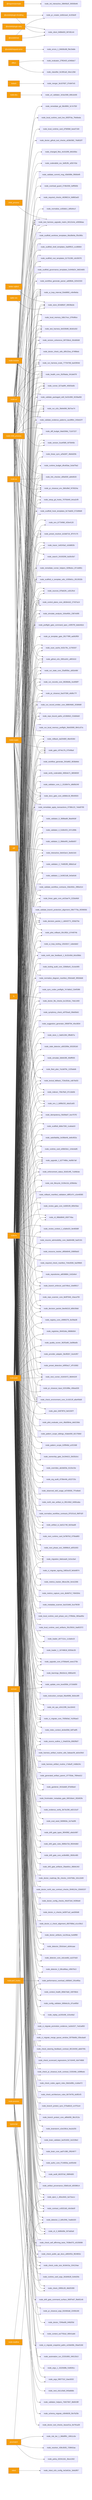
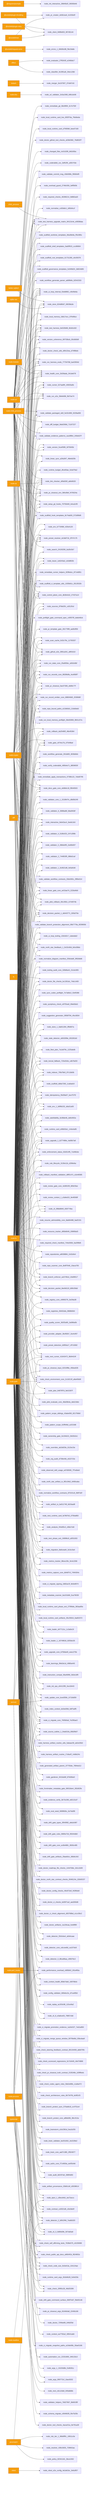
graph LR
  ext_inquirer_prompts_4d547149["@inquirer/prompts"] --> node_init_interactive_28845b2f_39350b46
  ext_octokit_plugin_retry_c9aecc53["@octokit/plugin-retry"] --> node_client_948fe603_907d5144
  ext_octokit_plugin_throttling_7909ece3["@octokit/plugin-throttling"] --> node_client_948fe603_907d5144
  ext_octokit_plugin_throttling_7909ece3["@octokit/plugin-throttling"] --> node_pr_creator_dc6b1ea4_4c333e0f
  ext_octokit_request_error_98ae13cc["@octokit/request-error"] --> node_errors_1_84b56c88_f9e19a8e
  ext_octokit_rest_c6e4d192["@octokit/rest"] --> node_client_948fe603_907d5144
  ext_octokit_rest_c6e4d192["@octokit/rest"] --> node_pr_creator_dc6b1ea4_4c333e0f
  ext_better_sqlite3_d7ed8f1a["better-sqlite3"] --> node_store_824d80d7_69038a3e
  ext_child_process_4845fa97["child_process"] --> node_test_harness_upgrade_matrix_84113c4e_e0838daa
  ext_diff_75a0ee1b["diff"] --> node_interactive_0eb42ac4_3ee6c3c6
  ext_effect_68d1dae1["effect"] --> node_classifier_fe1991a9_34ec128d
  ext_effect_68d1dae1["effect"] --> node_evaluator_27f6343f_e2466dc7
  ext_fs_3f4bb586["fs"] --> node_doctor_file_checks_bc1301dc_74dc1400
  ext_lodash_901466a5["lodash"] --> node_merger_3e167607_07e847e5
  ext_node_child_process_f62b7d19["node:child_process"] --> node_branch_enforcer_acb749cd_10e89517
  ext_node_child_process_f62b7d19["node:child_process"] --> node_changed_files_4c0102f6_bfd165bc
  ext_node_child_process_f62b7d19["node:child_process"] --> node_check_environment_core_2c16213f_a8a456d9
  ext_node_child_process_f62b7d19["node:child_process"] --> node_ci_migrate_core_7005b5af_7e295ae3
  ext_node_child_process_f62b7d19["node:child_process"] --> node_control_plane_core_db3b4cb2_27437a14
  ext_node_child_process_f62b7d19["node:child_process"] --> node_diff_budget_9da0268d_71167227
  ext_node_child_process_f62b7d19["node:child_process"] --> node_docs_gate_core_eb9b6c18_f8540503
  ext_node_child_process_f62b7d19["node:child_process"] --> node_doctor_check_utils_d0fc22ea_d74f86eb
  ext_node_child_process_f62b7d19["node:child_process"] --> node_doctor_github_tool_checks_a53b0382_76d832f7
  ext_node_child_process_f62b7d19["node:child_process"] --> node_github_e2e_2891a341_af6f1610
  ext_node_child_process_f62b7d19["node:child_process"] --> node_health_core_2b2fdada_341de678
  ext_node_child_process_f62b7d19["node:child_process"] --> node_linear_gate_core_a415ae74_222bd4b9
  ext_node_child_process_f62b7d19["node:child_process"] --> node_link_checker_d0fa555f_abfe9020
  ext_node_child_process_f62b7d19["node:child_process"] --> node_local_memory_0db17ecc_97fe98ce
  ext_node_child_process_f62b7d19["node:child_process"] --> node_local_runtime_card_d7fd59bf_beed7160
  ext_node_child_process_f62b7d19["node:child_process"] --> node_local_runtime_card_live_65f2f7da_7feb6eda
  ext_node_child_process_f62b7d19["node:child_process"] --> node_next_runner_41643472_9b94424f
  ext_node_child_process_f62b7d19["node:child_process"] --> node_pr_closeout_0ac07306_e8d9c77f
  ext_node_child_process_f62b7d19["node:child_process"] --> node_pr_closeout_env_9bfcd9ef_f476024a
  ext_node_child_process_f62b7d19["node:child_process"] --> node_remediate_git_58c6f6f4_3c7e755f
  ext_node_child_process_f62b7d19["node:child_process"] --> node_run_e2e_39efe696_fb07ee74
  ext_node_child_process_f62b7d19["node:child_process"] --> node_run_harness_evals_77704768_ba42904d
  ext_node_child_process_f62b7d19["node:child_process"] --> node_runner_527aa9f4_40925a5b
  ext_node_child_process_f62b7d19["node:child_process"] --> node_scaffold_hook_templates_8c74ab50_572d99d9
  ext_node_child_process_f62b7d19["node:child_process"] --> node_search_24193290_6a30c5b7
  ext_node_child_process_f62b7d19["node:child_process"] --> node_setup_git_hooks_70750d40_b4ca2cf9
  ext_node_child_process_f62b7d19["node:child_process"] --> node_test_harness_6e520b98_6b3d1d32
  ext_node_child_process_f62b7d19["node:child_process"] --> node_test_harness_upgrade_matrix_84113c4e_e0838daa
  ext_node_child_process_f62b7d19["node:child_process"] --> node_ui_loop_internal_f2eb8892_c4b49e6a
  ext_node_child_process_f62b7d19["node:child_process"] --> node_validate_commit_msg_43b008fe_f9560ef9
  ext_node_child_process_f62b7d19["node:child_process"] --> node_validate_evidence_patterns_cacd9fb4_240eb37f
  ext_node_child_process_f62b7d19["node:child_process"] --> node_validate_packaged_skill_5e32c890_9228ad58
  ext_node_child_process_f62b7d19["node:child_process"] --> node_version_coherence_69733bcb_00c8d5d9
+   ext_node_crypto_c7dfc512["node:crypto"] --> node_analysis_f44e85c4_c68a7cb6
  ext_node_crypto_c7dfc512["node:crypto"] --> node_artifact_io_ba511748_6d1faad8
  ext_node_crypto_c7dfc512["node:crypto"] --> node_check_environment_core_2c16213f_a8a456d9
  ext_node_crypto_c7dfc512["node:crypto"] --> node_ci_migrate_signing_2d82ac3f_9e5e8974
  ext_node_crypto_c7dfc512["node:crypto"] --> node_control_plane_core_db3b4cb2_27437a14
  ext_node_crypto_c7dfc512["node:crypto"] --> node_decision_packet_1_dd443771_92fa570e
  ext_node_crypto_c7dfc512["node:crypto"] --> node_decision_packet_8ee9d119_b89c59dd
  ext_node_crypto_c7dfc512["node:crypto"] --> node_docs_gate_core_eb9b6c18_f8540503
  ext_node_crypto_c7dfc512["node:crypto"] --> node_enforcement_status_92d314f5_7cd48cbe
  ext_node_crypto_c7dfc512["node:crypto"] --> node_env_b77349bf_420e4120
  ext_node_crypto_c7dfc512["node:crypto"] --> node_gate_c974e17b_07549baf
  ext_node_crypto_c7dfc512["node:crypto"] --> node_idempotency_f5d39a07_bce757f2
  ext_node_crypto_c7dfc512["node:crypto"] --> node_indexer_70fa78e5_97c1bb0b
  ext_node_crypto_c7dfc512["node:crypto"] --> node_lexical_fallback_723e2b3e_cdb7bd33
  ext_node_crypto_c7dfc512["node:crypto"] --> node_linear_sync_a2fa2bf7_48e6d20b
  ext_node_crypto_c7dfc512["node:crypto"] --> node_link_checker_d0fa555f_abfe9020
  ext_node_crypto_c7dfc512["node:crypto"] --> node_migration_8a6cead4_3c3cc0a4
  ext_node_crypto_c7dfc512["node:crypto"] --> node_normalise_cc83ddc1_b95d4ccf
  ext_node_crypto_c7dfc512["node:crypto"] --> node_normalize_diagram_manifest_259cbddf_3f92b8d6
  ext_node_crypto_c7dfc512["node:crypto"] --> node_north_star_feedback_1_9c32c60d_b0cd38dc
  ext_node_crypto_c7dfc512["node:crypto"] --> node_pilot_rollback_00c1f82c_b744974b
  ext_node_crypto_c7dfc512["node:crypto"] --> node_preset_resolver_dc3dd716_3f747c75
  ext_node_crypto_c7dfc512["node:crypto"] --> node_remediate_apply_transactions_0738b122_7ebd0795
  ext_node_crypto_c7dfc512["node:crypto"] --> node_required_checks_46396214_9d882ad3
  ext_node_crypto_c7dfc512["node:crypto"] --> node_rollback_da25480f_48e45364
  ext_node_crypto_c7dfc512["node:crypto"] --> node_run_record_emitter_core_688049d5_2036fd6f
  ext_node_crypto_c7dfc512["node:crypto"] --> node_run_records_core_89286dfa_4ce958f7
  ext_node_crypto_c7dfc512["node:crypto"] --> node_run_state_core_25a955bc_a562e9bf
  ext_node_crypto_c7dfc512["node:crypto"] --> node_scan_cache_fc02c79c_11793337
-   ext_node_crypto_c7dfc512["node:crypto"] --> node_simulate_analysis_164a460c_2367e095
  ext_node_crypto_c7dfc512["node:crypto"] --> node_sources_878a52fc_cd312fcd
  ext_node_crypto_c7dfc512["node:crypto"] --> node_test_harness_upgrade_matrix_84113c4e_e0838daa
  ext_node_crypto_c7dfc512["node:crypto"] --> node_tracer_1e6243a2_cb3d802b
  ext_node_crypto_c7dfc512["node:crypto"] --> node_ui_loop_internal_f2eb8892_c4b49e6a
  ext_node_crypto_c7dfc512["node:crypto"] --> node_upgrade_1_b277486e_4a06b7a8
  ext_node_dns_828a0bbf["node:dns"] --> node_url_validator_3c5a1568_b9b1dc66
+   ext_node_fs_a15b7d96["node:fs"] --> node_analysis_f44e85c4_c68a7cb6
  ext_node_fs_a15b7d96["node:fs"] --> node_artifact_io_ba511748_6d1faad8
  ext_node_fs_a15b7d96["node:fs"] --> node_artifact_provenance_03b81cbf_d3038614
  ext_node_fs_a15b7d96["node:fs"] --> node_audit_b81f37a0_398f4d93
  ext_node_fs_a15b7d96["node:fs"] --> node_authz_core_f714650a_ee0f2e9d
  ext_node_fs_a15b7d96["node:fs"] --> node_brain_core_aa07c380_2f924977
  ext_node_fs_a15b7d96["node:fs"] --> node_brain_validator_be251832_2e2228e2
  ext_node_fs_a15b7d96["node:fs"] --> node_brainstorm_e2e2381d_fea1b255
  ext_node_fs_a15b7d96["node:fs"] --> node_branch_enforcer_acb749cd_10e89517
  ext_node_fs_a15b7d96["node:fs"] --> node_branch_protect_core_a8feb0fd_38c1f12a
  ext_node_fs_a15b7d96["node:fs"] --> node_branch_protect_sync_570adb18_cc4751e4
  ext_node_fs_a15b7d96["node:fs"] --> node_check_20f65c28_48d25399
  ext_node_fs_a15b7d96["node:fs"] --> node_check_architecture_rules_6b7347fd_dc8f2cf3
  ext_node_fs_a15b7d96["node:fs"] --> node_check_code_size_9c5efc3a_154124ae
  ext_node_fs_a15b7d96["node:fs"] --> node_check_codex_agent_roles_5bb2e89b_c1a9a472
  ext_node_fs_a15b7d96["node:fs"] --> node_check_environment_core_2c16213f_a8a456d9
  ext_node_fs_a15b7d96["node:fs"] --> node_check_pr_closeout_truth_contract_f135348c_b39f6edc
  ext_node_fs_a15b7d96["node:fs"] --> node_check_public_api_docs_a9604f1b_f824853c
  ext_node_fs_a15b7d96["node:fs"] --> node_check_scorecard_regressions_5c7c6445_4b474868
  ext_node_fs_a15b7d96["node:fs"] --> node_check_self_affirming_tests_7638e575_c6155698
  ext_node_fs_a15b7d96["node:fs"] --> node_check_steering_feedback_contract_80134459_abb076fc
  ext_node_fs_a15b7d96["node:fs"] --> node_ci_migrate_core_7005b5af_7e295ae3
  ext_node_fs_a15b7d96["node:fs"] --> node_ci_migrate_merge_queue_window_0070bd6d_03bcdaa9
  ext_node_fs_a15b7d96["node:fs"] --> node_ci_migrate_promotion_evidence_1a2dc527_7ed1a850
  ext_node_fs_a15b7d96["node:fs"] --> node_cli_3_9d90d3fe_507ab5a9
+   ext_node_fs_a15b7d96["node:fs"] --> node_cli_8_e3a6ce03_79857c8d
  ext_node_fs_a15b7d96["node:fs"] --> node_cli_99bb8840_659774ba
  ext_node_fs_a15b7d96["node:fs"] --> node_config_validator_669ebc2e_d7ca485d
  ext_node_fs_a15b7d96["node:fs"] --> node_context_health_80bb7da9_169768cb
  ext_node_fs_a15b7d96["node:fs"] --> node_contract_cc8321d6_c0e3de0f
  ext_node_fs_a15b7d96["node:fs"] --> node_control_plane_core_db3b4cb2_27437a14
  ext_node_fs_a15b7d96["node:fs"] --> node_decision_packet_1_dd443771_92fa570e
  ext_node_fs_a15b7d96["node:fs"] --> node_decision_packet_8ee9d119_b89c59dd
  ext_node_fs_a15b7d96["node:fs"] --> node_detector_2_b0fc2f46_7ea6b320
  ext_node_fs_a15b7d96["node:fs"] --> node_detector_3_86ca96aa_c95676c3
  ext_node_fs_a15b7d96["node:fs"] --> node_detector_core_cdccee8d_ca107dc8
  ext_node_fs_a15b7d96["node:fs"] --> node_detector_f2b3cbe4_a0d4caae
  ext_node_fs_a15b7d96["node:fs"] --> node_diff_budget_9da0268d_71167227
  ext_node_fs_a15b7d96["node:fs"] --> node_docs_gate_core_eb9b6c18_f8540503
  ext_node_fs_a15b7d96["node:fs"] --> node_doctor_artifacts_1a126caa_fcefdf99
  ext_node_fs_a15b7d96["node:fs"] --> node_doctor_check_utils_d0fc22ea_d74f86eb
  ext_node_fs_a15b7d96["node:fs"] --> node_doctor_ci_check_alignment_d50768bd_e1cc59c2
  ext_node_fs_a15b7d96["node:fs"] --> node_doctor_ci_checks_bd3971a2_aed260d6
  ext_node_fs_a15b7d96["node:fs"] --> node_doctor_config_checks_49c872e0_f42fb5e8
  ext_node_fs_a15b7d96["node:fs"] --> node_doctor_file_checks_bc1301dc_74dc1400
  ext_node_fs_a15b7d96["node:fs"] --> node_doctor_north_star_contract_checks_0048124c_02b00237
  ext_node_fs_a15b7d96["node:fs"] --> node_doctor_roadmap_file_checks_14447b8e_2d1c2d49
  ext_node_fs_a15b7d96["node:fs"] --> node_drift_gate_artifacts_29aeb0cc_86b9c342
  ext_node_fs_a15b7d96["node:fs"] --> node_drift_gate_core_ec6b4881_9500c485
  ext_node_fs_a15b7d96["node:fs"] --> node_drift_gate_rules_9685e72d_95044db0
  ext_node_fs_a15b7d96["node:fs"] --> node_drift_gate_types_3f045f82_a9a3c987
  ext_node_fs_a15b7d96["node:fs"] --> node_eject_1_d0ecd4d1_ba72accc
  ext_node_fs_a15b7d96["node:fs"] --> node_enforcement_status_92d314f5_7cd48cbe
  ext_node_fs_a15b7d96["node:fs"] --> node_env_1_b6f6b232_dda31a93
  ext_node_fs_a15b7d96["node:fs"] --> node_env_b77349bf_420e4120
  ext_node_fs_a15b7d96["node:fs"] --> node_eval_seed_5699fd3e_2a74a5f6
  ext_node_fs_a15b7d96["node:fs"] --> node_evidence_verify_3b73c290_e82131d7
  ext_node_fs_a15b7d96["node:fs"] --> node_fleet_plan_7a1dd79c_1225abdb
  ext_node_fs_a15b7d96["node:fs"] --> node_frontmatter_metadata_gate_6901bbe4_282d02fe
  ext_node_fs_a15b7d96["node:fs"] --> node_gardener_9416a9df_87b06be0
  ext_node_fs_a15b7d96["node:fs"] --> node_gate_c974e17b_07549baf
  ext_node_fs_a15b7d96["node:fs"] --> node_generated_artifact_parent_1f7755de_7894ed12
  ext_node_fs_a15b7d96["node:fs"] --> node_github_e2e_2891a341_af6f1610
  ext_node_fs_a15b7d96["node:fs"] --> node_harness_artifact_routine_17afacff_14dbb24c
  ext_node_fs_a15b7d96["node:fs"] --> node_harness_artifact_routine_utils_5abaac59_ab2e20b3
  ext_node_fs_a15b7d96["node:fs"] --> node_health_core_2b2fdada_341de678
  ext_node_fs_a15b7d96["node:fs"] --> node_idempotency_f5d39a07_bce757f2
  ext_node_fs_a15b7d96["node:fs"] --> node_index_context_de3ed39d_6df7adf5
  ext_node_fs_a15b7d96["node:fs"] --> node_indexer_70fa78e5_97c1bb0b
  ext_node_fs_a15b7d96["node:fs"] --> node_init_ops_e54123f9_3ce18443
  ext_node_fs_a15b7d96["node:fs"] --> node_instruction_compat_06a469fd_3b3e1df0
  ext_node_fs_a15b7d96["node:fs"] --> node_interactive_0eb42ac4_3ee6c3c6
  ext_node_fs_a15b7d96["node:fs"] --> node_learnings_9feb3e1d_4980a445
  ext_node_fs_a15b7d96["node:fs"] --> node_lexical_fallback_723e2b3e_cdb7bd33
  ext_node_fs_a15b7d96["node:fs"] --> node_linear_gate_core_a415ae74_222bd4b9
  ext_node_fs_a15b7d96["node:fs"] --> node_linear_sync_a2fa2bf7_48e6d20b
  ext_node_fs_a15b7d96["node:fs"] --> node_link_checker_d0fa555f_abfe9020
  ext_node_fs_a15b7d96["node:fs"] --> node_loader_1_16749818_9255dc35
  ext_node_fs_a15b7d96["node:fs"] --> node_loader_d47712cc_1c3a0e19
  ext_node_fs_a15b7d96["node:fs"] --> node_local_memory_0db17ecc_97fe98ce
  ext_node_fs_a15b7d96["node:fs"] --> node_local_runtime_card_artifacts_35c25816_0ad02372
  ext_node_fs_a15b7d96["node:fs"] --> node_local_runtime_card_phase_exit_275ffa9a_383aa95e
  ext_node_fs_a15b7d96["node:fs"] --> node_metadata_scanner_6a101b66_5ca79039
  ext_node_fs_a15b7d96["node:fs"] --> node_metrics_capture_core_db4bf7cf_7494304c
  ext_node_fs_a15b7d96["node:fs"] --> node_metrics_tracker_98cec29c_9c4c2266
  ext_node_fs_a15b7d96["node:fs"] --> node_migration_8a6cead4_3c3cc0a4
  ext_node_fs_a15b7d96["node:fs"] --> node_next_phase_exit_1fd996c9_a5f31003
  ext_node_fs_a15b7d96["node:fs"] --> node_next_runner_41643472_9b94424f
  ext_node_fs_a15b7d96["node:fs"] --> node_next_runtime_card_fa7867b3_0756a883
  ext_node_fs_a15b7d96["node:fs"] --> node_normalize_diagram_manifest_259cbddf_3f92b8d6
  ext_node_fs_a15b7d96["node:fs"] --> node_normalize_workflow_contracts_8701f1c8_0fdf7d2f
  ext_node_fs_a15b7d96["node:fs"] --> node_north_star_artifact_io_9f2c34b2_6490caba
  ext_node_fs_a15b7d96["node:fs"] --> node_north_star_feedback_1_9c32c60d_b0cd38dc
  ext_node_fs_a15b7d96["node:fs"] --> node_observed_skill_usage_ed7d5930_7f7edbe6
  ext_node_fs_a15b7d96["node:fs"] --> node_org_audit_d739e44b_e522723c
  ext_node_fs_a15b7d96["node:fs"] --> node_overrides_ab2dd33e_6115e15e
  ext_node_fs_a15b7d96["node:fs"] --> node_ownership_gate_2e194d13_2b02b2e1
  ext_node_fs_a15b7d96["node:fs"] --> node_pattern_scope_61ff946d_a1f21fd8
  ext_node_fs_a15b7d96["node:fs"] --> node_pattern_scope_siblings_43abe000_821756b0
  ext_node_fs_a15b7d96["node:fs"] --> node_pilot_evaluate_core_48a59b4a_deb218dc
  ext_node_fs_a15b7d96["node:fs"] --> node_pilot_rollback_00c1f82c_b744974b
  ext_node_fs_a15b7d96["node:fs"] --> node_plan_64879f7d_9e01597f
  ext_node_fs_a15b7d96["node:fs"] --> node_pr_closeout_0ac07306_e8d9c77f
  ext_node_fs_a15b7d96["node:fs"] --> node_pr_closeout_env_9bfcd9ef_f476024a
  ext_node_fs_a15b7d96["node:fs"] --> node_pr_closeout_input_02319f8e_456ea535
  ext_node_fs_a15b7d96["node:fs"] --> node_pr_template_gate_281778f9_aa0b3f59
  ext_node_fs_a15b7d96["node:fs"] --> node_preflight_gate_command_spec_c45f57f0_bdeb46cb
  ext_node_fs_a15b7d96["node:fs"] --> node_preset_detection_b0f00a17_4f7c5082
  ext_node_fs_a15b7d96["node:fs"] --> node_preset_resolver_dc3dd716_3f747c75
  ext_node_fs_a15b7d96["node:fs"] --> node_provider_adapter_3bcf82b7_3ce4cf67
  ext_node_fs_a15b7d96["node:fs"] --> node_quality_scorer_362f2a90_2a086a0b
  ext_node_fs_a15b7d96["node:fs"] --> node_registries_06402afa_0868b564
  ext_node_fs_a15b7d96["node:fs"] --> node_registry_core_c9990279_3e2fda38
  ext_node_fs_a15b7d96["node:fs"] --> node_remediate_apply_transactions_0738b122_7ebd0795
  ext_node_fs_a15b7d96["node:fs"] --> node_remediate_runner_helpers_929fedcc_8714d951
  ext_node_fs_a15b7d96["node:fs"] --> node_repo_bound_paths_e218b5b3_216d0eb0
  ext_node_fs_a15b7d96["node:fs"] --> node_repo_scanner_core_8e9f7646_10aca705
  ext_node_fs_a15b7d96["node:fs"] --> node_repositories_a8038884_2c62efe4
  ext_node_fs_a15b7d96["node:fs"] --> node_required_check_manifest_744e3936_5a20f8d5
  ext_node_fs_a15b7d96["node:fs"] --> node_resource_tracker_d95b6649_20895bd3
  ext_node_fs_a15b7d96["node:fs"] --> node_resume_admissibility_core_8ab84488_faaf2191
  ext_node_fs_a15b7d96["node:fs"] --> node_review_context_1_e3afed15_9e46568f
  ext_node_fs_a15b7d96["node:fs"] --> node_review_gate_core_4c8001f9_809cf3ee
  ext_node_fs_a15b7d96["node:fs"] --> node_rollback_da25480f_48e45364
  ext_node_fs_a15b7d96["node:fs"] --> node_rollback_manifest_validation_d8f5147c_e2e46585
  ext_node_fs_a15b7d96["node:fs"] --> node_rule_lifecycle_3130e11b_d296efac
  ext_node_fs_a15b7d96["node:fs"] --> node_run_e2e_39efe696_fb07ee74
  ext_node_fs_a15b7d96["node:fs"] --> node_run_harness_evals_77704768_ba42904d
  ext_node_fs_a15b7d96["node:fs"] --> node_run_record_emitter_core_688049d5_2036fd6f
  ext_node_fs_a15b7d96["node:fs"] --> node_run_records_core_89286dfa_4ce958f7
  ext_node_fs_a15b7d96["node:fs"] --> node_run_state_core_25a955bc_a562e9bf
  ext_node_fs_a15b7d96["node:fs"] --> node_runner_527aa9f4_40925a5b
  ext_node_fs_a15b7d96["node:fs"] --> node_runtime_budget_dfce83ae_5cbd79a2
  ext_node_fs_a15b7d96["node:fs"] --> node_runtime_card_e06b53e1_144e4a95
  ext_node_fs_a15b7d96["node:fs"] --> node_satisfiability_6c08de4b_de8c902a
  ext_node_fs_a15b7d96["node:fs"] --> node_scaffold_ci_template_utils_1035b61c_0513532b
  ext_node_fs_a15b7d96["node:fs"] --> node_scaffold_db8a7260_1ca6adc9
  ext_node_fs_a15b7d96["node:fs"] --> node_scaffold_governance_templates_5c949d24_3d624d65
  ext_node_fs_a15b7d96["node:fs"] --> node_scaffold_hook_templates_8c74ab50_572d99d9
  ext_node_fs_a15b7d96["node:fs"] --> node_scaffold_root_templates_61731280_c6c59378
  ext_node_fs_a15b7d96["node:fs"] --> node_scaffold_shell_templates_0ad0f915_ccc86664
  ext_node_fs_a15b7d96["node:fs"] --> node_scaffold_worktree_templates_66a38e9a_ff3c085c
  ext_node_fs_a15b7d96["node:fs"] --> node_scan_cache_fc02c79c_11793337
  ext_node_fs_a15b7d96["node:fs"] --> node_setup_git_hooks_70750d40_b4ca2cf9
-   ext_node_fs_a15b7d96["node:fs"] --> node_simulate_analysis_164a460c_2367e095
-   ext_node_fs_a15b7d96["node:fs"] --> node_simulate_b9efe395_90dff935
  ext_node_fs_a15b7d96["node:fs"] --> node_source_outline_1_54a631fa_8582fb07
  ext_node_fs_a15b7d96["node:fs"] --> node_sources_878a52fc_cd312fcd
  ext_node_fs_a15b7d96["node:fs"] --> node_stale_detector_a563289e_653281b0
  ext_node_fs_a15b7d96["node:fs"] --> node_store_1_0ab51284_0ffe807a
  ext_node_fs_a15b7d96["node:fs"] --> node_store_824d80d7_69038a3e
  ext_node_fs_a15b7d96["node:fs"] --> node_suggestion_generator_0956f794_4fce3834
  ext_node_fs_a15b7d96["node:fs"] --> node_symphony_check_e97f2ea0_09eb5bd1
  ext_node_fs_a15b7d96["node:fs"] --> node_sync_codex_preflight_7e7a8dc2_f2ef0386
  ext_node_fs_a15b7d96["node:fs"] --> node_test_harness_6e520b98_6b3d1d32
  ext_node_fs_a15b7d96["node:fs"] --> node_test_harness_upgrade_matrix_84113c4e_e0838daa
  ext_node_fs_a15b7d96["node:fs"] --> node_tooling_audit_core_328d6a41_01cbc905
  ext_node_fs_a15b7d96["node:fs"] --> node_tracer_1e6243a2_cb3d802b
  ext_node_fs_a15b7d96["node:fs"] --> node_ui_loop_internal_f2eb8892_c4b49e6a
  ext_node_fs_a15b7d96["node:fs"] --> node_ui_loop_tooling_12b2d2c7_1abedab2
  ext_node_fs_a15b7d96["node:fs"] --> node_update_core_bced358c_b710dd59
  ext_node_fs_a15b7d96["node:fs"] --> node_upgrade_1_b277486e_4a06b7a8
  ext_node_fs_a15b7d96["node:fs"] --> node_upgrade_core_b759da40_eeec275b
  ext_node_fs_a15b7d96["node:fs"] --> node_validate_branch_protection_alignment_09b7779a_6f299056
  ext_node_fs_a15b7d96["node:fs"] --> node_validate_commit_msg_43b008fe_f9560ef9
  ext_node_fs_a15b7d96["node:fs"] --> node_validate_evidence_patterns_cacd9fb4_240eb37f
  ext_node_fs_a15b7d96["node:fs"] --> node_validate_packaged_skill_5e32c890_9228ad58
  ext_node_fs_a15b7d96["node:fs"] --> node_validate_workflow_contracts_33dc063c_2f80e314
  ext_node_fs_a15b7d96["node:fs"] --> node_validator_1_0c0621d8_0e5afcb6
  ext_node_fs_a15b7d96["node:fs"] --> node_validator_2_744853f5_98bb2caf
  ext_node_fs_a15b7d96["node:fs"] --> node_validator_3_28b6e9f3_2ed5b007
  ext_node_fs_a15b7d96["node:fs"] --> node_validator_4_5180cf23_247c289b
  ext_node_fs_a15b7d96["node:fs"] --> node_validator_6_3688adbf_8ba940df
  ext_node_fs_a15b7d96["node:fs"] --> node_validator_core_1_1518647e_d8d0b249
  ext_node_fs_a15b7d96["node:fs"] --> node_verify_coderabbit_490b4e71_8859655f
  ext_node_fs_a15b7d96["node:fs"] --> node_version_5ca4f385_fd75945b
  ext_node_fs_a15b7d96["node:fs"] --> node_version_coherence_69733bcb_00c8d5d9
  ext_node_fs_a15b7d96["node:fs"] --> node_workflow_generate_2fc0af62_803bbfeb
  ext_node_fs_a15b7d96["node:fs"] --> node_workflow_generate_parser_ad69fefe_62542333
  ext_node_module_ca1b42af["node:module"] --> node_health_core_2b2fdada_341de678
  ext_node_os_d93fe73a["node:os"] --> node_env_1_b6f6b232_dda31a93
  ext_node_os_d93fe73a["node:os"] --> node_github_e2e_2891a341_af6f1610
  ext_node_os_d93fe73a["node:os"] --> node_link_checker_d0fa555f_abfe9020
  ext_node_os_d93fe73a["node:os"] --> node_overload_guard_2748c559_3eff560b
  ext_node_os_d93fe73a["node:os"] --> node_performance_overload_c685bfcf_291ef65a
  ext_node_os_d93fe73a["node:os"] --> node_pr_closeout_env_9bfcd9ef_f476024a
  ext_node_os_d93fe73a["node:os"] --> node_runner_527aa9f4_40925a5b
  ext_node_os_d93fe73a["node:os"] --> node_test_harness_6e520b98_6b3d1d32
  ext_node_os_d93fe73a["node:os"] --> node_test_harness_upgrade_matrix_84113c4e_e0838daa
+   ext_node_path_78811c13["node:path"] --> node_analysis_f44e85c4_c68a7cb6
  ext_node_path_78811c13["node:path"] --> node_args_090772cf_1bac9202
  ext_node_path_78811c13["node:path"] --> node_args_1_15220d9b_f1d9281c
  ext_node_path_78811c13["node:path"] --> node_artifact_io_ba511748_6d1faad8
  ext_node_path_78811c13["node:path"] --> node_artifact_provenance_03b81cbf_d3038614
  ext_node_path_78811c13["node:path"] --> node_audit_b81f37a0_398f4d93
  ext_node_path_78811c13["node:path"] --> node_authz_core_f714650a_ee0f2e9d
  ext_node_path_78811c13["node:path"] --> node_automation_run_22331800_346133c3
  ext_node_path_78811c13["node:path"] --> node_brain_core_aa07c380_2f924977
  ext_node_path_78811c13["node:path"] --> node_brain_validator_be251832_2e2228e2
  ext_node_path_78811c13["node:path"] --> node_brainstorm_e2e2381d_fea1b255
  ext_node_path_78811c13["node:path"] --> node_branch_enforcer_acb749cd_10e89517
  ext_node_path_78811c13["node:path"] --> node_branch_protect_core_a8feb0fd_38c1f12a
  ext_node_path_78811c13["node:path"] --> node_branch_protect_sync_570adb18_cc4751e4
  ext_node_path_78811c13["node:path"] --> node_check_20f65c28_48d25399
  ext_node_path_78811c13["node:path"] --> node_check_architecture_rules_6b7347fd_dc8f2cf3
  ext_node_path_78811c13["node:path"] --> node_check_code_size_9c5efc3a_154124ae
  ext_node_path_78811c13["node:path"] --> node_check_codex_agent_roles_5bb2e89b_c1a9a472
  ext_node_path_78811c13["node:path"] --> node_check_environment_core_2c16213f_a8a456d9
  ext_node_path_78811c13["node:path"] --> node_check_pr_closeout_truth_contract_f135348c_b39f6edc
  ext_node_path_78811c13["node:path"] --> node_check_public_api_docs_a9604f1b_f824853c
  ext_node_path_78811c13["node:path"] --> node_check_scorecard_regressions_5c7c6445_4b474868
  ext_node_path_78811c13["node:path"] --> node_check_self_affirming_tests_7638e575_c6155698
  ext_node_path_78811c13["node:path"] --> node_check_steering_feedback_contract_80134459_abb076fc
  ext_node_path_78811c13["node:path"] --> node_ci_migrate_core_7005b5af_7e295ae3
  ext_node_path_78811c13["node:path"] --> node_ci_migrate_merge_queue_window_0070bd6d_03bcdaa9
  ext_node_path_78811c13["node:path"] --> node_ci_migrate_promotion_evidence_1a2dc527_7ed1a850
  ext_node_path_78811c13["node:path"] --> node_ci_migrate_snapshot_paths_a10de06b_30ae5166
  ext_node_path_78811c13["node:path"] --> node_cli_3_9d90d3fe_507ab5a9
+   ext_node_path_78811c13["node:path"] --> node_cli_8_e3a6ce03_79857c8d
  ext_node_path_78811c13["node:path"] --> node_cli_99bb8840_659774ba
  ext_node_path_78811c13["node:path"] --> node_config_validator_669ebc2e_d7ca485d
  ext_node_path_78811c13["node:path"] --> node_context_ea7792a2_08541ab6
  ext_node_path_78811c13["node:path"] --> node_context_health_80bb7da9_169768cb
  ext_node_path_78811c13["node:path"] --> node_contract_cc8321d6_c0e3de0f
  ext_node_path_78811c13["node:path"] --> node_control_plane_core_db3b4cb2_27437a14
  ext_node_path_78811c13["node:path"] --> node_decision_packet_1_dd443771_92fa570e
  ext_node_path_78811c13["node:path"] --> node_decision_packet_8ee9d119_b89c59dd
  ext_node_path_78811c13["node:path"] --> node_detector_2_b0fc2f46_7ea6b320
  ext_node_path_78811c13["node:path"] --> node_detector_3_86ca96aa_c95676c3
  ext_node_path_78811c13["node:path"] --> node_detector_core_cdccee8d_ca107dc8
  ext_node_path_78811c13["node:path"] --> node_detector_f2b3cbe4_a0d4caae
  ext_node_path_78811c13["node:path"] --> node_docs_gate_core_eb9b6c18_f8540503
  ext_node_path_78811c13["node:path"] --> node_doctor_72f4be89_04fd2f3d
  ext_node_path_78811c13["node:path"] --> node_doctor_artifacts_1a126caa_fcefdf99
  ext_node_path_78811c13["node:path"] --> node_doctor_ci_check_alignment_d50768bd_e1cc59c2
  ext_node_path_78811c13["node:path"] --> node_doctor_ci_checks_bd3971a2_aed260d6
  ext_node_path_78811c13["node:path"] --> node_doctor_config_checks_49c872e0_f42fb5e8
  ext_node_path_78811c13["node:path"] --> node_doctor_file_checks_bc1301dc_74dc1400
  ext_node_path_78811c13["node:path"] --> node_doctor_north_star_contract_checks_0048124c_02b00237
  ext_node_path_78811c13["node:path"] --> node_doctor_roadmap_file_checks_14447b8e_2d1c2d49
  ext_node_path_78811c13["node:path"] --> node_drift_gate_artifacts_29aeb0cc_86b9c342
  ext_node_path_78811c13["node:path"] --> node_drift_gate_command_surface_060f7e67_f8e83146
  ext_node_path_78811c13["node:path"] --> node_drift_gate_core_ec6b4881_9500c485
  ext_node_path_78811c13["node:path"] --> node_drift_gate_rules_9685e72d_95044db0
  ext_node_path_78811c13["node:path"] --> node_drift_gate_types_3f045f82_a9a3c987
  ext_node_path_78811c13["node:path"] --> node_eject_1_d0ecd4d1_ba72accc
  ext_node_path_78811c13["node:path"] --> node_enforcement_status_92d314f5_7cd48cbe
  ext_node_path_78811c13["node:path"] --> node_env_1_b6f6b232_dda31a93
  ext_node_path_78811c13["node:path"] --> node_eval_seed_5699fd3e_2a74a5f6
  ext_node_path_78811c13["node:path"] --> node_evidence_verify_3b73c290_e82131d7
  ext_node_path_78811c13["node:path"] --> node_frontmatter_metadata_gate_6901bbe4_282d02fe
  ext_node_path_78811c13["node:path"] --> node_gardener_9416a9df_87b06be0
  ext_node_path_78811c13["node:path"] --> node_gate_c974e17b_07549baf
  ext_node_path_78811c13["node:path"] --> node_generated_artifact_parent_1f7755de_7894ed12
  ext_node_path_78811c13["node:path"] --> node_github_e2e_2891a341_af6f1610
  ext_node_path_78811c13["node:path"] --> node_harness_artifact_routine_17afacff_14dbb24c
  ext_node_path_78811c13["node:path"] --> node_harness_artifact_routine_utils_5abaac59_ab2e20b3
  ext_node_path_78811c13["node:path"] --> node_health_core_2b2fdada_341de678
  ext_node_path_78811c13["node:path"] --> node_idempotency_f5d39a07_bce757f2
  ext_node_path_78811c13["node:path"] --> node_index_context_de3ed39d_6df7adf5
  ext_node_path_78811c13["node:path"] --> node_indexer_70fa78e5_97c1bb0b
  ext_node_path_78811c13["node:path"] --> node_init_ops_e54123f9_3ce18443
  ext_node_path_78811c13["node:path"] --> node_instruction_compat_06a469fd_3b3e1df0
  ext_node_path_78811c13["node:path"] --> node_interactive_0eb42ac4_3ee6c3c6
  ext_node_path_78811c13["node:path"] --> node_learnings_9feb3e1d_4980a445
  ext_node_path_78811c13["node:path"] --> node_lexical_fallback_723e2b3e_cdb7bd33
  ext_node_path_78811c13["node:path"] --> node_linear_gate_core_a415ae74_222bd4b9
  ext_node_path_78811c13["node:path"] --> node_link_checker_d0fa555f_abfe9020
  ext_node_path_78811c13["node:path"] --> node_loader_1_16749818_9255dc35
  ext_node_path_78811c13["node:path"] --> node_loader_d47712cc_1c3a0e19
  ext_node_path_78811c13["node:path"] --> node_local_runtime_card_artifacts_35c25816_0ad02372
  ext_node_path_78811c13["node:path"] --> node_local_runtime_card_phase_exit_275ffa9a_383aa95e
  ext_node_path_78811c13["node:path"] --> node_metadata_scanner_6a101b66_5ca79039
  ext_node_path_78811c13["node:path"] --> node_metrics_capture_core_db4bf7cf_7494304c
  ext_node_path_78811c13["node:path"] --> node_metrics_tracker_98cec29c_9c4c2266
  ext_node_path_78811c13["node:path"] --> node_migration_8a6cead4_3c3cc0a4
  ext_node_path_78811c13["node:path"] --> node_next_phase_exit_1fd996c9_a5f31003
  ext_node_path_78811c13["node:path"] --> node_next_runner_41643472_9b94424f
  ext_node_path_78811c13["node:path"] --> node_next_runtime_card_fa7867b3_0756a883
  ext_node_path_78811c13["node:path"] --> node_normalize_diagram_manifest_259cbddf_3f92b8d6
  ext_node_path_78811c13["node:path"] --> node_normalize_workflow_contracts_8701f1c8_0fdf7d2f
  ext_node_path_78811c13["node:path"] --> node_north_star_artifact_io_9f2c34b2_6490caba
  ext_node_path_78811c13["node:path"] --> node_north_star_feedback_1_9c32c60d_b0cd38dc
  ext_node_path_78811c13["node:path"] --> node_observed_skill_usage_ed7d5930_7f7edbe6
  ext_node_path_78811c13["node:path"] --> node_org_audit_d739e44b_e522723c
  ext_node_path_78811c13["node:path"] --> node_overrides_ab2dd33e_6115e15e
  ext_node_path_78811c13["node:path"] --> node_ownership_gate_2e194d13_2b02b2e1
  ext_node_path_78811c13["node:path"] --> node_pattern_scope_61ff946d_a1f21fd8
  ext_node_path_78811c13["node:path"] --> node_pattern_scope_siblings_43abe000_821756b0
  ext_node_path_78811c13["node:path"] --> node_pilot_evaluate_core_48a59b4a_deb218dc
  ext_node_path_78811c13["node:path"] --> node_pilot_rollback_00c1f82c_b744974b
  ext_node_path_78811c13["node:path"] --> node_plan_64879f7d_9e01597f
  ext_node_path_78811c13["node:path"] --> node_pr_closeout_0ac07306_e8d9c77f
  ext_node_path_78811c13["node:path"] --> node_pr_closeout_args_8164b0a8_2240b166
  ext_node_path_78811c13["node:path"] --> node_pr_closeout_env_9bfcd9ef_f476024a
  ext_node_path_78811c13["node:path"] --> node_pr_closeout_input_02319f8e_456ea535
  ext_node_path_78811c13["node:path"] --> node_preset_detection_b0f00a17_4f7c5082
  ext_node_path_78811c13["node:path"] --> node_preset_resolver_dc3dd716_3f747c75
  ext_node_path_78811c13["node:path"] --> node_provider_adapter_3bcf82b7_3ce4cf67
  ext_node_path_78811c13["node:path"] --> node_quality_scorer_362f2a90_2a086a0b
  ext_node_path_78811c13["node:path"] --> node_registries_06402afa_0868b564
  ext_node_path_78811c13["node:path"] --> node_registry_core_c9990279_3e2fda38
  ext_node_path_78811c13["node:path"] --> node_remediate_apply_transactions_0738b122_7ebd0795
  ext_node_path_78811c13["node:path"] --> node_replay_ac203c98_115ce9a2
  ext_node_path_78811c13["node:path"] --> node_repo_bound_paths_e218b5b3_216d0eb0
  ext_node_path_78811c13["node:path"] --> node_repo_scanner_core_8e9f7646_10aca705
  ext_node_path_78811c13["node:path"] --> node_repositories_a8038884_2c62efe4
  ext_node_path_78811c13["node:path"] --> node_required_check_manifest_744e3936_5a20f8d5
  ext_node_path_78811c13["node:path"] --> node_resource_tracker_d95b6649_20895bd3
  ext_node_path_78811c13["node:path"] --> node_resume_admissibility_core_8ab84488_faaf2191
  ext_node_path_78811c13["node:path"] --> node_review_context_1_e3afed15_9e46568f
  ext_node_path_78811c13["node:path"] --> node_review_gate_core_4c8001f9_809cf3ee
  ext_node_path_78811c13["node:path"] --> node_rollback_da25480f_48e45364
  ext_node_path_78811c13["node:path"] --> node_rollback_manifest_validation_d8f5147c_e2e46585
  ext_node_path_78811c13["node:path"] --> node_rule_lifecycle_3130e11b_d296efac
  ext_node_path_78811c13["node:path"] --> node_run_e2e_39efe696_fb07ee74
  ext_node_path_78811c13["node:path"] --> node_run_harness_evals_77704768_ba42904d
  ext_node_path_78811c13["node:path"] --> node_run_local_memory_preflight_36e92808_9841c57a
  ext_node_path_78811c13["node:path"] --> node_run_record_emitter_core_688049d5_2036fd6f
  ext_node_path_78811c13["node:path"] --> node_run_records_core_89286dfa_4ce958f7
  ext_node_path_78811c13["node:path"] --> node_run_state_core_25a955bc_a562e9bf
  ext_node_path_78811c13["node:path"] --> node_runner_527aa9f4_40925a5b
  ext_node_path_78811c13["node:path"] --> node_runtime_card_args_2b3d4b28_5cfe029c
  ext_node_path_78811c13["node:path"] --> node_runtime_card_e06b53e1_144e4a95
  ext_node_path_78811c13["node:path"] --> node_satisfiability_6c08de4b_de8c902a
  ext_node_path_78811c13["node:path"] --> node_scaffold_ci_template_utils_1035b61c_0513532b
  ext_node_path_78811c13["node:path"] --> node_scaffold_db8a7260_1ca6adc9
  ext_node_path_78811c13["node:path"] --> node_scaffold_hook_templates_8c74ab50_572d99d9
  ext_node_path_78811c13["node:path"] --> node_scan_cache_fc02c79c_11793337
  ext_node_path_78811c13["node:path"] --> node_search_24193290_6a30c5b7
  ext_node_path_78811c13["node:path"] --> node_setup_git_hooks_70750d40_b4ca2cf9
-   ext_node_path_78811c13["node:path"] --> node_simulate_analysis_164a460c_2367e095
-   ext_node_path_78811c13["node:path"] --> node_simulate_b9efe395_90dff935
  ext_node_path_78811c13["node:path"] --> node_source_outline_1_54a631fa_8582fb07
  ext_node_path_78811c13["node:path"] --> node_sources_878a52fc_cd312fcd
  ext_node_path_78811c13["node:path"] --> node_stale_detector_a563289e_653281b0
  ext_node_path_78811c13["node:path"] --> node_store_1_0ab51284_0ffe807a
  ext_node_path_78811c13["node:path"] --> node_store_824d80d7_69038a3e
  ext_node_path_78811c13["node:path"] --> node_suggestion_generator_0956f794_4fce3834
  ext_node_path_78811c13["node:path"] --> node_symphony_check_e97f2ea0_09eb5bd1
  ext_node_path_78811c13["node:path"] --> node_sync_codex_preflight_7e7a8dc2_f2ef0386
  ext_node_path_78811c13["node:path"] --> node_test_harness_6e520b98_6b3d1d32
  ext_node_path_78811c13["node:path"] --> node_test_harness_upgrade_matrix_84113c4e_e0838daa
  ext_node_path_78811c13["node:path"] --> node_tooling_audit_core_328d6a41_01cbc905
  ext_node_path_78811c13["node:path"] --> node_tracer_1e6243a2_cb3d802b
  ext_node_path_78811c13["node:path"] --> node_ui_loop_internal_f2eb8892_c4b49e6a
  ext_node_path_78811c13["node:path"] --> node_ui_loop_tooling_12b2d2c7_1abedab2
  ext_node_path_78811c13["node:path"] --> node_update_core_bced358c_b710dd59
  ext_node_path_78811c13["node:path"] --> node_upgrade_1_b277486e_4a06b7a8
  ext_node_path_78811c13["node:path"] --> node_upgrade_core_b759da40_eeec275b
  ext_node_path_78811c13["node:path"] --> node_validate_branch_protection_alignment_09b7779a_6f299056
  ext_node_path_78811c13["node:path"] --> node_validate_evidence_patterns_cacd9fb4_240eb37f
  ext_node_path_78811c13["node:path"] --> node_validate_packaged_skill_5e32c890_9228ad58
  ext_node_path_78811c13["node:path"] --> node_validate_workflow_contracts_33dc063c_2f80e314
  ext_node_path_78811c13["node:path"] --> node_validator_1_0c0621d8_0e5afcb6
  ext_node_path_78811c13["node:path"] --> node_validator_2_744853f5_98bb2caf
  ext_node_path_78811c13["node:path"] --> node_validator_3_28b6e9f3_2ed5b007
  ext_node_path_78811c13["node:path"] --> node_validator_4_5180cf23_247c289b
  ext_node_path_78811c13["node:path"] --> node_validator_6_3688adbf_8ba940df
  ext_node_path_78811c13["node:path"] --> node_validator_core_1_1518647e_d8d0b249
  ext_node_path_78811c13["node:path"] --> node_verify_coderabbit_490b4e71_8859655f
  ext_node_path_78811c13["node:path"] --> node_version_5ca4f385_fd75945b
  ext_node_path_78811c13["node:path"] --> node_version_coherence_69733bcb_00c8d5d9
  ext_node_path_78811c13["node:path"] --> node_workflow_generate_2fc0af62_803bbfeb
  ext_node_perf_hooks_906292ff["node:perf_hooks"] --> node_performance_overload_c685bfcf_291ef65a
  ext_node_process_00cdf119["node:process"] --> node_args_090772cf_1bac9202
  ext_node_process_00cdf119["node:process"] --> node_check_20f65c28_48d25399
  ext_node_process_00cdf119["node:process"] --> node_ci_migrate_core_7005b5af_7e295ae3
  ext_node_process_00cdf119["node:process"] --> node_ci_migrate_signing_2d82ac3f_9e5e8974
  ext_node_process_00cdf119["node:process"] --> node_cli_3_9d90d3fe_507ab5a9
  ext_node_process_00cdf119["node:process"] --> node_contract_cc8321d6_c0e3de0f
  ext_node_process_00cdf119["node:process"] --> node_next_c6c1c9a9_040a8dbb
  ext_node_process_00cdf119["node:process"] --> node_next_runner_41643472_9b94424f
  ext_node_process_00cdf119["node:process"] --> node_performance_overload_c685bfcf_291ef65a
  ext_node_process_00cdf119["node:process"] --> node_pr_closeout_args_8164b0a8_2240b166
  ext_node_process_00cdf119["node:process"] --> node_runtime_card_args_2b3d4b28_5cfe029c
  ext_node_process_00cdf119["node:process"] --> node_upgrade_core_b759da40_eeec275b
  ext_node_readline_bb6096cc["node:readline"] --> node_eject_1_d0ecd4d1_ba72accc
  ext_node_url_d0cb3ad7["node:url"] --> node_cli_99bb8840_659774ba
  ext_node_url_d0cb3ad7["node:url"] --> node_coderabbit_csv_3ef61ffc_af2b743e
  ext_node_url_d0cb3ad7["node:url"] --> node_control_plane_core_db3b4cb2_27437a14
  ext_node_url_d0cb3ad7["node:url"] --> node_decision_packet_1_dd443771_92fa570e
  ext_node_url_d0cb3ad7["node:url"] --> node_gate_c974e17b_07549baf
  ext_node_url_d0cb3ad7["node:url"] --> node_health_core_2b2fdada_341de678
  ext_node_url_d0cb3ad7["node:url"] --> node_preset_resolver_dc3dd716_3f747c75
  ext_node_url_d0cb3ad7["node:url"] --> node_repo_bound_paths_e218b5b3_216d0eb0
  ext_node_url_d0cb3ad7["node:url"] --> node_run_e2e_39efe696_fb07ee74
  ext_node_url_d0cb3ad7["node:url"] --> node_run_harness_evals_77704768_ba42904d
  ext_node_url_d0cb3ad7["node:url"] --> node_run_local_memory_preflight_36e92808_9841c57a
  ext_node_url_d0cb3ad7["node:url"] --> node_scaffold_ci_template_utils_1035b61c_0513532b
  ext_node_url_d0cb3ad7["node:url"] --> node_scaffold_governance_templates_5c949d24_3d624d65
  ext_node_url_d0cb3ad7["node:url"] --> node_scaffold_root_templates_61731280_c6c59378
  ext_node_url_d0cb3ad7["node:url"] --> node_scaffold_shell_templates_0ad0f915_ccc86664
  ext_node_url_d0cb3ad7["node:url"] --> node_scaffold_worktree_templates_66a38e9a_ff3c085c
  ext_node_url_d0cb3ad7["node:url"] --> node_test_harness_upgrade_matrix_84113c4e_e0838daa
  ext_node_url_d0cb3ad7["node:url"] --> node_ui_loop_internal_f2eb8892_c4b49e6a
  ext_node_url_d0cb3ad7["node:url"] --> node_version_5ca4f385_fd75945b
  ext_picomatch_2ebdbf14["picomatch"] --> node_detector_2_b0fc2f46_7ea6b320
  ext_picomatch_2ebdbf14["picomatch"] --> node_policy_823412d1_3bce1002
  ext_picomatch_2ebdbf14["picomatch"] --> node_resolver_439c3635_729842aa
  ext_picomatch_2ebdbf14["picomatch"] --> node_risk_tier_1_96b6ff91_19911c0e
  ext_semver_b4039641["semver"] --> node_check_environment_core_2c16213f_a8a456d9
  ext_semver_b4039641["semver"] --> node_doctor_tool_checks_4acac51a_9e791a28
  ext_semver_b4039641["semver"] --> node_migration_8a6cead4_3c3cc0a4
  ext_semver_b4039641["semver"] --> node_schema_migrate_c0646635_f0e7b25b
  ext_semver_b4039641["semver"] --> node_update_core_bced358c_b710dd59
  ext_semver_b4039641["semver"] --> node_upgrade_1_b277486e_4a06b7a8
  ext_semver_b4039641["semver"] --> node_validator_helpers_7b927667_8b691f8f
  ext_sqlite_vec_bae73cf2["sqlite-vec"] --> node_store_824d80d7_69038a3e
  ext_typescript_fb9da861["typescript"] --> node_check_code_size_9c5efc3a_154124ae
  ext_typescript_fb9da861["typescript"] --> node_check_public_api_docs_a9604f1b_f824853c
  ext_typescript_fb9da861["typescript"] --> node_check_self_affirming_tests_7638e575_c6155698
  ext_typescript_fb9da861["typescript"] --> node_source_outline_1_54a631fa_8582fb07
  ext_vitest_4c9cfa13["vitest"] --> node_vitest_e2e_config_4e2a61bc_3efa3f07
  style ext_better_sqlite3_d7ed8f1a fill:#f59e0b,color:#fff
  style ext_child_process_4845fa97 fill:#f59e0b,color:#fff
  style ext_diff_75a0ee1b fill:#f59e0b,color:#fff
  style ext_effect_68d1dae1 fill:#f59e0b,color:#fff
  style ext_fs_3f4bb586 fill:#f59e0b,color:#fff
  style ext_inquirer_prompts_4d547149 fill:#f59e0b,color:#fff
  style ext_lodash_901466a5 fill:#f59e0b,color:#fff
  style ext_node_child_process_f62b7d19 fill:#f59e0b,color:#fff
  style ext_node_crypto_c7dfc512 fill:#f59e0b,color:#fff
  style ext_node_dns_828a0bbf fill:#f59e0b,color:#fff
  style ext_node_fs_a15b7d96 fill:#f59e0b,color:#fff
  style ext_node_module_ca1b42af fill:#f59e0b,color:#fff
  style ext_node_os_d93fe73a fill:#f59e0b,color:#fff
  style ext_node_path_78811c13 fill:#f59e0b,color:#fff
  style ext_node_perf_hooks_906292ff fill:#f59e0b,color:#fff
  style ext_node_process_00cdf119 fill:#f59e0b,color:#fff
  style ext_node_readline_bb6096cc fill:#f59e0b,color:#fff
  style ext_node_url_d0cb3ad7 fill:#f59e0b,color:#fff
  style ext_octokit_plugin_retry_c9aecc53 fill:#f59e0b,color:#fff
  style ext_octokit_plugin_throttling_7909ece3 fill:#f59e0b,color:#fff
  style ext_octokit_request_error_98ae13cc fill:#f59e0b,color:#fff
  style ext_octokit_rest_c6e4d192 fill:#f59e0b,color:#fff
  style ext_picomatch_2ebdbf14 fill:#f59e0b,color:#fff
  style ext_semver_b4039641 fill:#f59e0b,color:#fff
  style ext_sqlite_vec_bae73cf2 fill:#f59e0b,color:#fff
  style ext_typescript_fb9da861 fill:#f59e0b,color:#fff
  style ext_vitest_4c9cfa13 fill:#f59e0b,color:#fff
